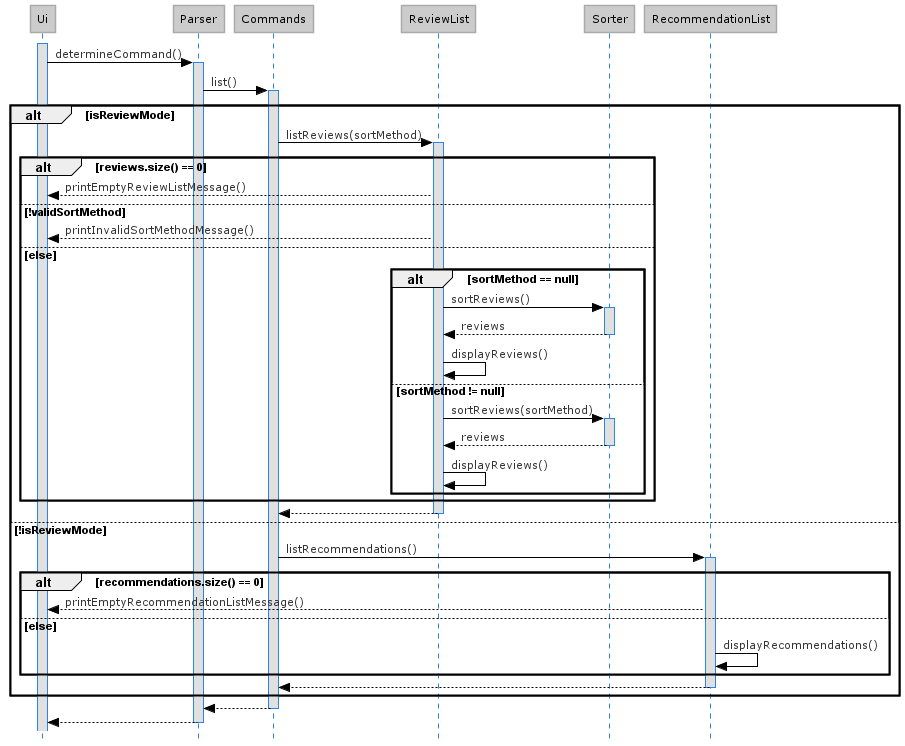
This is docs/diagrams/List_Sequence_Diagram.png from nus-cs2113-AY2021S2/tp, a PlantUML export, as it was before one commit. The source it was exported from:
```plantuml
@startuml List_Sequence_Diagram
!define LIGHTBLUE
!includeurl https://raw.githubusercontent.com/Drakemor/RedDress-PlantUML/master/style.puml
skinparam style strictuml

activate Ui
Ui -> Parser : determineCommand()
activate Parser

Parser -> Commands : list()
activate Commands

alt isReviewMode
    Commands -> ReviewList : listReviews(sortMethod)
    activate ReviewList

    alt reviews.size() == 0
        ReviewList --> Ui : printEmptyReviewListMessage()

    else !validSortMethod
        ReviewList --> Ui : printInvalidSortMethodMessage()

    else else
        alt sortMethod == null
            ReviewList -> Sorter : sortReviews()
            activate Sorter
            Sorter --> ReviewList : reviews
            deactivate Sorter
            ReviewList -> ReviewList : displayReviews()

        else sortMethod != null
            ReviewList -> Sorter : sortReviews(sortMethod)
            activate Sorter
            Sorter --> ReviewList : reviews
            deactivate Sorter
            ReviewList -> ReviewList : displayReviews()
        end
    end
    ReviewList --> Commands
    deactivate ReviewList

else !isReviewMode
    Commands -> RecommendationList : listRecommendations()
    activate RecommendationList

    alt recommendations.size() == 0
        RecommendationList --> Ui : printEmptyRecommendationListMessage()

    else else
        RecommendationList -> RecommendationList : displayRecommendations()
    end

RecommendationList --> Commands
deactivate RecommendationList

end
Commands --> Parser
deactivate Commands
Parser --> Ui
deactivate Parser

@enduml
```
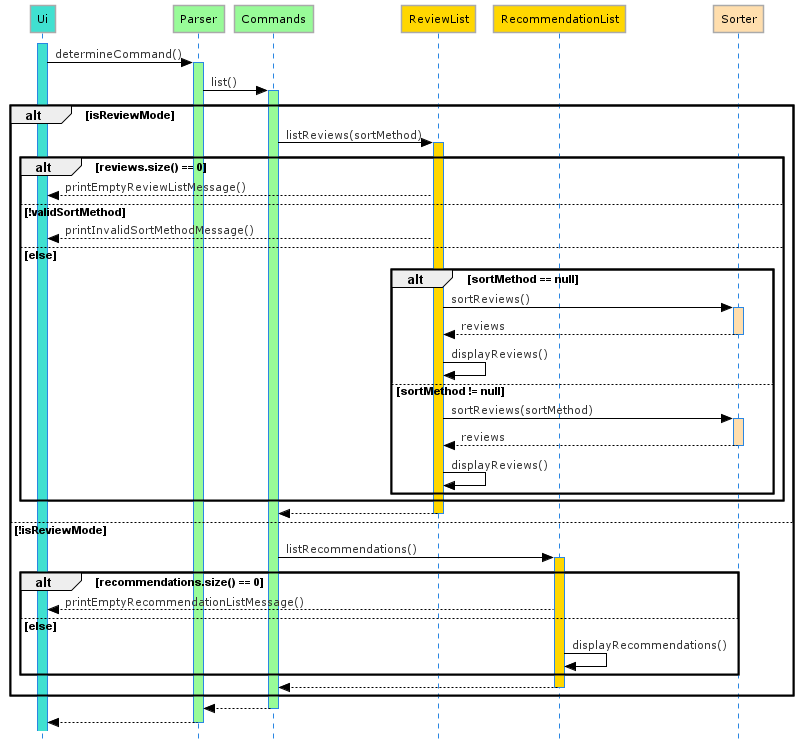
The same file after the commit.

Diff of the diagram source:
```diff
@@ -3,16 +3,23 @@
 !includeurl https://raw.githubusercontent.com/Drakemor/RedDress-PlantUML/master/style.puml
 skinparam style strictuml
 
-activate Ui
+participant Ui #Turquoise
+participant Parser #PaleGreen
+participant Commands #PaleGreen
+participant ReviewList #Gold
+participant RecommendationList #Gold
+participant Sorter #NavajoWhite
+
+activate Ui #Turquoise
 Ui -> Parser : determineCommand()
-activate Parser
+activate Parser #PaleGreen
 
 Parser -> Commands : list()
-activate Commands
+activate Commands #PaleGreen
 
 alt isReviewMode
     Commands -> ReviewList : listReviews(sortMethod)
-    activate ReviewList
+    activate ReviewList #Gold
 
     alt reviews.size() == 0
         ReviewList --> Ui : printEmptyReviewListMessage()
@@ -23,14 +30,14 @@
     else else
         alt sortMethod == null
             ReviewList -> Sorter : sortReviews()
-            activate Sorter
+            activate Sorter #NavajoWhite
             Sorter --> ReviewList : reviews
             deactivate Sorter
             ReviewList -> ReviewList : displayReviews()
 
         else sortMethod != null
             ReviewList -> Sorter : sortReviews(sortMethod)
-            activate Sorter
+            activate Sorter #NavajoWhite
             Sorter --> ReviewList : reviews
             deactivate Sorter
             ReviewList -> ReviewList : displayReviews()
@@ -41,7 +48,7 @@
 
 else !isReviewMode
     Commands -> RecommendationList : listRecommendations()
-    activate RecommendationList
+    activate RecommendationList #Gold
 
     alt recommendations.size() == 0
         RecommendationList --> Ui : printEmptyRecommendationListMessage()
```
